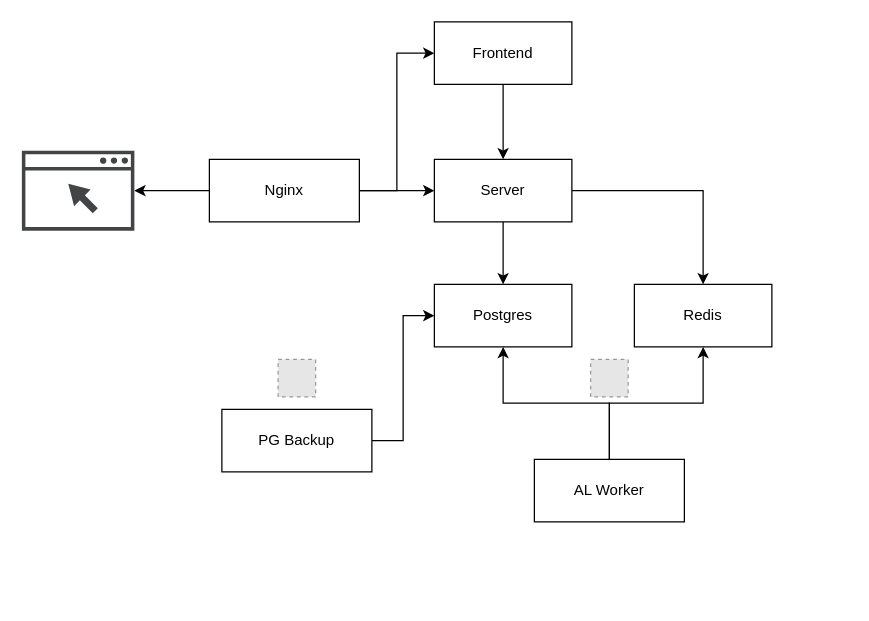
Earlier version of the draw.io diagram services.drawio (jns-br/LabelForward). Source tidied: cells renumbered, new cells numbered last; positions are measured from the earlier drawing's top-left corner, leaving out a move shared by most shapes. Both pictures are drawn from the tidied source at 125%, with x=0, y=0 at pixel (21, 21). Pictures stored in the file or linked from it are replaced by grey dashed boxes.
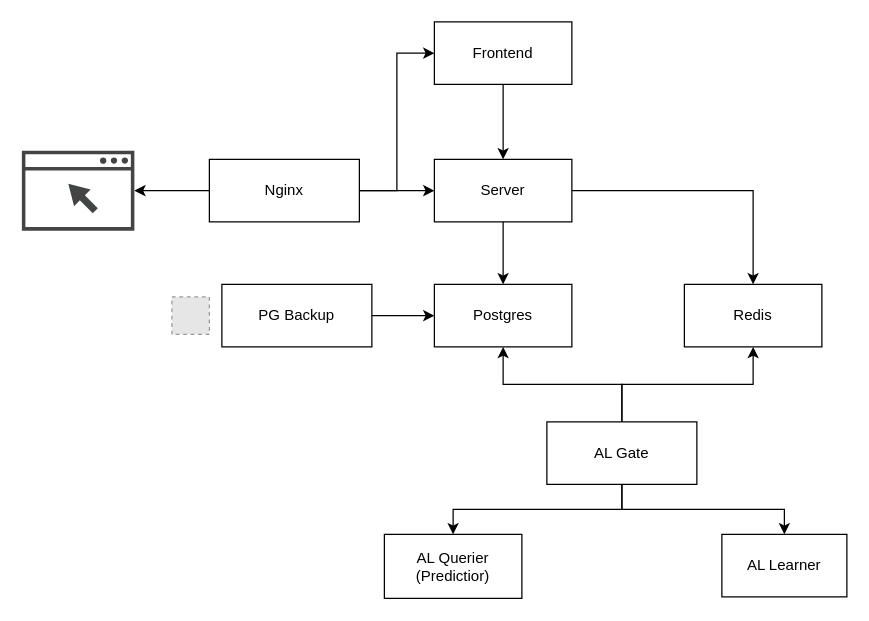
After the change.

The change refers to these unchanged cells:
```xml
<mxCell id="11" value="Postgres" style="rounded=0;whiteSpace=wrap;html=1;" parent="1" vertex="1">
  <mxGeometry x="330" y="210" width="110" height="50" as="geometry" />
</mxCell>
```

Diff of the diagram source:
```diff
@@
     <mxCell id="12" value="&lt;div&gt;Redis&lt;/div&gt;" style="rounded=0;whiteSpace=wrap;html=1;" parent="1" vertex="1">
-      <mxGeometry x="490" y="210" width="110" height="50" as="geometry" />
+      <mxGeometry x="530" y="210" width="110" height="50" as="geometry" />
     </mxCell>
-    <mxCell id="13" style="edgeStyle=orthogonalEdgeStyle;rounded=0;jettySize=auto;html=1;entryX=0.5;entryY=1;entryDx=0;entryDy=0;" parent="1" edge="1" source="15" target="12">
-      <mxGeometry relative="1" as="geometry" />
-    </mxCell>
-    <mxCell id="14" style="edgeStyle=orthogonalEdgeStyle;rounded=0;jettySize=auto;html=1;entryX=0.5;entryY=1;entryDx=0;entryDy=0;" parent="1" edge="1" source="15" target="11">
-      <mxGeometry relative="1" as="geometry" />
-    </mxCell>
-    <mxCell id="15" value="&lt;div&gt;AL Worker&lt;/div&gt;" style="rounded=0;whiteSpace=wrap;html=1;" parent="1" vertex="1">
-      <mxGeometry x="410" y="350" width="120" height="50" as="geometry" />
-    </mxCell>
-    <mxCell id="16" style="fillColor=#E6E6E6;strokeColor=#999999;dashed=1;html=1;verticalAlign=top;verticalLabelPosition=bottom;labelBackgroundColor=#ffffff;" parent="1" vertex="1">
-      <mxGeometry x="455" y="270" width="30" height="30" as="geometry" />
-    </mxCell>
@@
     <mxCell id="18" value="PG Backup" style="rounded=0;whiteSpace=wrap;html=1;" parent="1" vertex="1">
-      <mxGeometry x="160" y="310" width="120" height="50" as="geometry" />
+      <mxGeometry x="160" y="210" width="120" height="50" as="geometry" />
     </mxCell>
     <mxCell id="19" style="fillColor=#E6E6E6;strokeColor=#999999;dashed=1;html=1;verticalAlign=top;verticalLabelPosition=bottom;labelBackgroundColor=#ffffff;" parent="1" vertex="1">
-      <mxGeometry x="205" y="270" width="30" height="30" as="geometry" />
+      <mxGeometry x="120" y="220" width="30" height="30" as="geometry" />
     </mxCell>
@@
+    <mxCell id="21" value="AL Querier (Predictior)" style="rounded=0;whiteSpace=wrap;html=1;" parent="1" vertex="1">
+      <mxGeometry x="290" y="410" width="110" height="51.2" as="geometry" />
+    </mxCell>
+    <mxCell id="22" value="AL Learner" style="rounded=0;whiteSpace=wrap;html=1;" parent="1" vertex="1">
+      <mxGeometry x="560" y="410" width="100" height="50" as="geometry" />
+    </mxCell>
+    <mxCell id="23" style="edgeStyle=orthogonalEdgeStyle;rounded=0;jettySize=auto;html=1;entryX=0.5;entryY=1;entryDx=0;entryDy=0;" parent="1" edge="1" source="27" target="11">
+      <mxGeometry relative="1" as="geometry" />
+    </mxCell>
+    <mxCell id="24" style="edgeStyle=orthogonalEdgeStyle;rounded=0;jettySize=auto;html=1;entryX=0.5;entryY=1;entryDx=0;entryDy=0;" parent="1" edge="1" source="27" target="12">
+      <mxGeometry relative="1" as="geometry" />
+    </mxCell>
+    <mxCell id="25" style="edgeStyle=orthogonalEdgeStyle;rounded=0;jettySize=auto;html=1;exitX=0.5;exitY=1;exitDx=0;exitDy=0;entryX=0.5;entryY=0;entryDx=0;entryDy=0;" parent="1" edge="1" source="27" target="21">
+      <mxGeometry relative="1" as="geometry">
+        <Array as="points">
+          <mxPoint x="480" y="390" />
+          <mxPoint x="345" y="390" />
+        </Array>
+      </mxGeometry>
+    </mxCell>
+    <mxCell id="26" style="edgeStyle=orthogonalEdgeStyle;rounded=0;jettySize=auto;html=1;" parent="1" edge="1" source="27" target="22">
+      <mxGeometry relative="1" as="geometry">
+        <Array as="points">
+          <mxPoint x="480" y="390" />
+          <mxPoint x="610" y="390" />
+        </Array>
+      </mxGeometry>
+    </mxCell>
+    <mxCell id="27" value="&lt;div&gt;AL Gate&lt;/div&gt;" style="rounded=0;whiteSpace=wrap;html=1;" parent="1" vertex="1">
+      <mxGeometry x="420" y="320" width="120" height="50" as="geometry" />
+    </mxCell>
```
